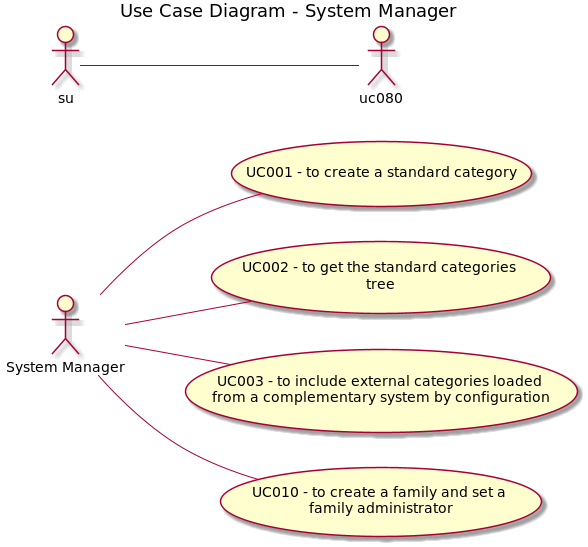
The PlantUML diagram diagrams/UseCaseDiagramSM.png in dev-rbatista/SWitCH-Project-Wiki, before a commit.
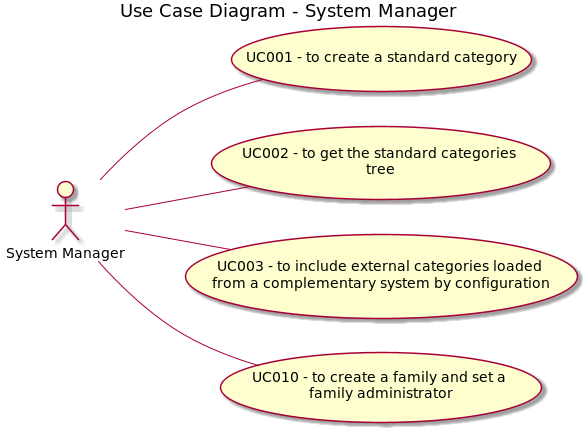
After the commit.

Commit message:
add separator between diagrams

Change to the diagram source:
```diff
@@ -15,6 +15,5 @@
 sm -- uc002
 sm -- uc003
 sm -- uc010
-su -- uc080
 
 @enduml
```
